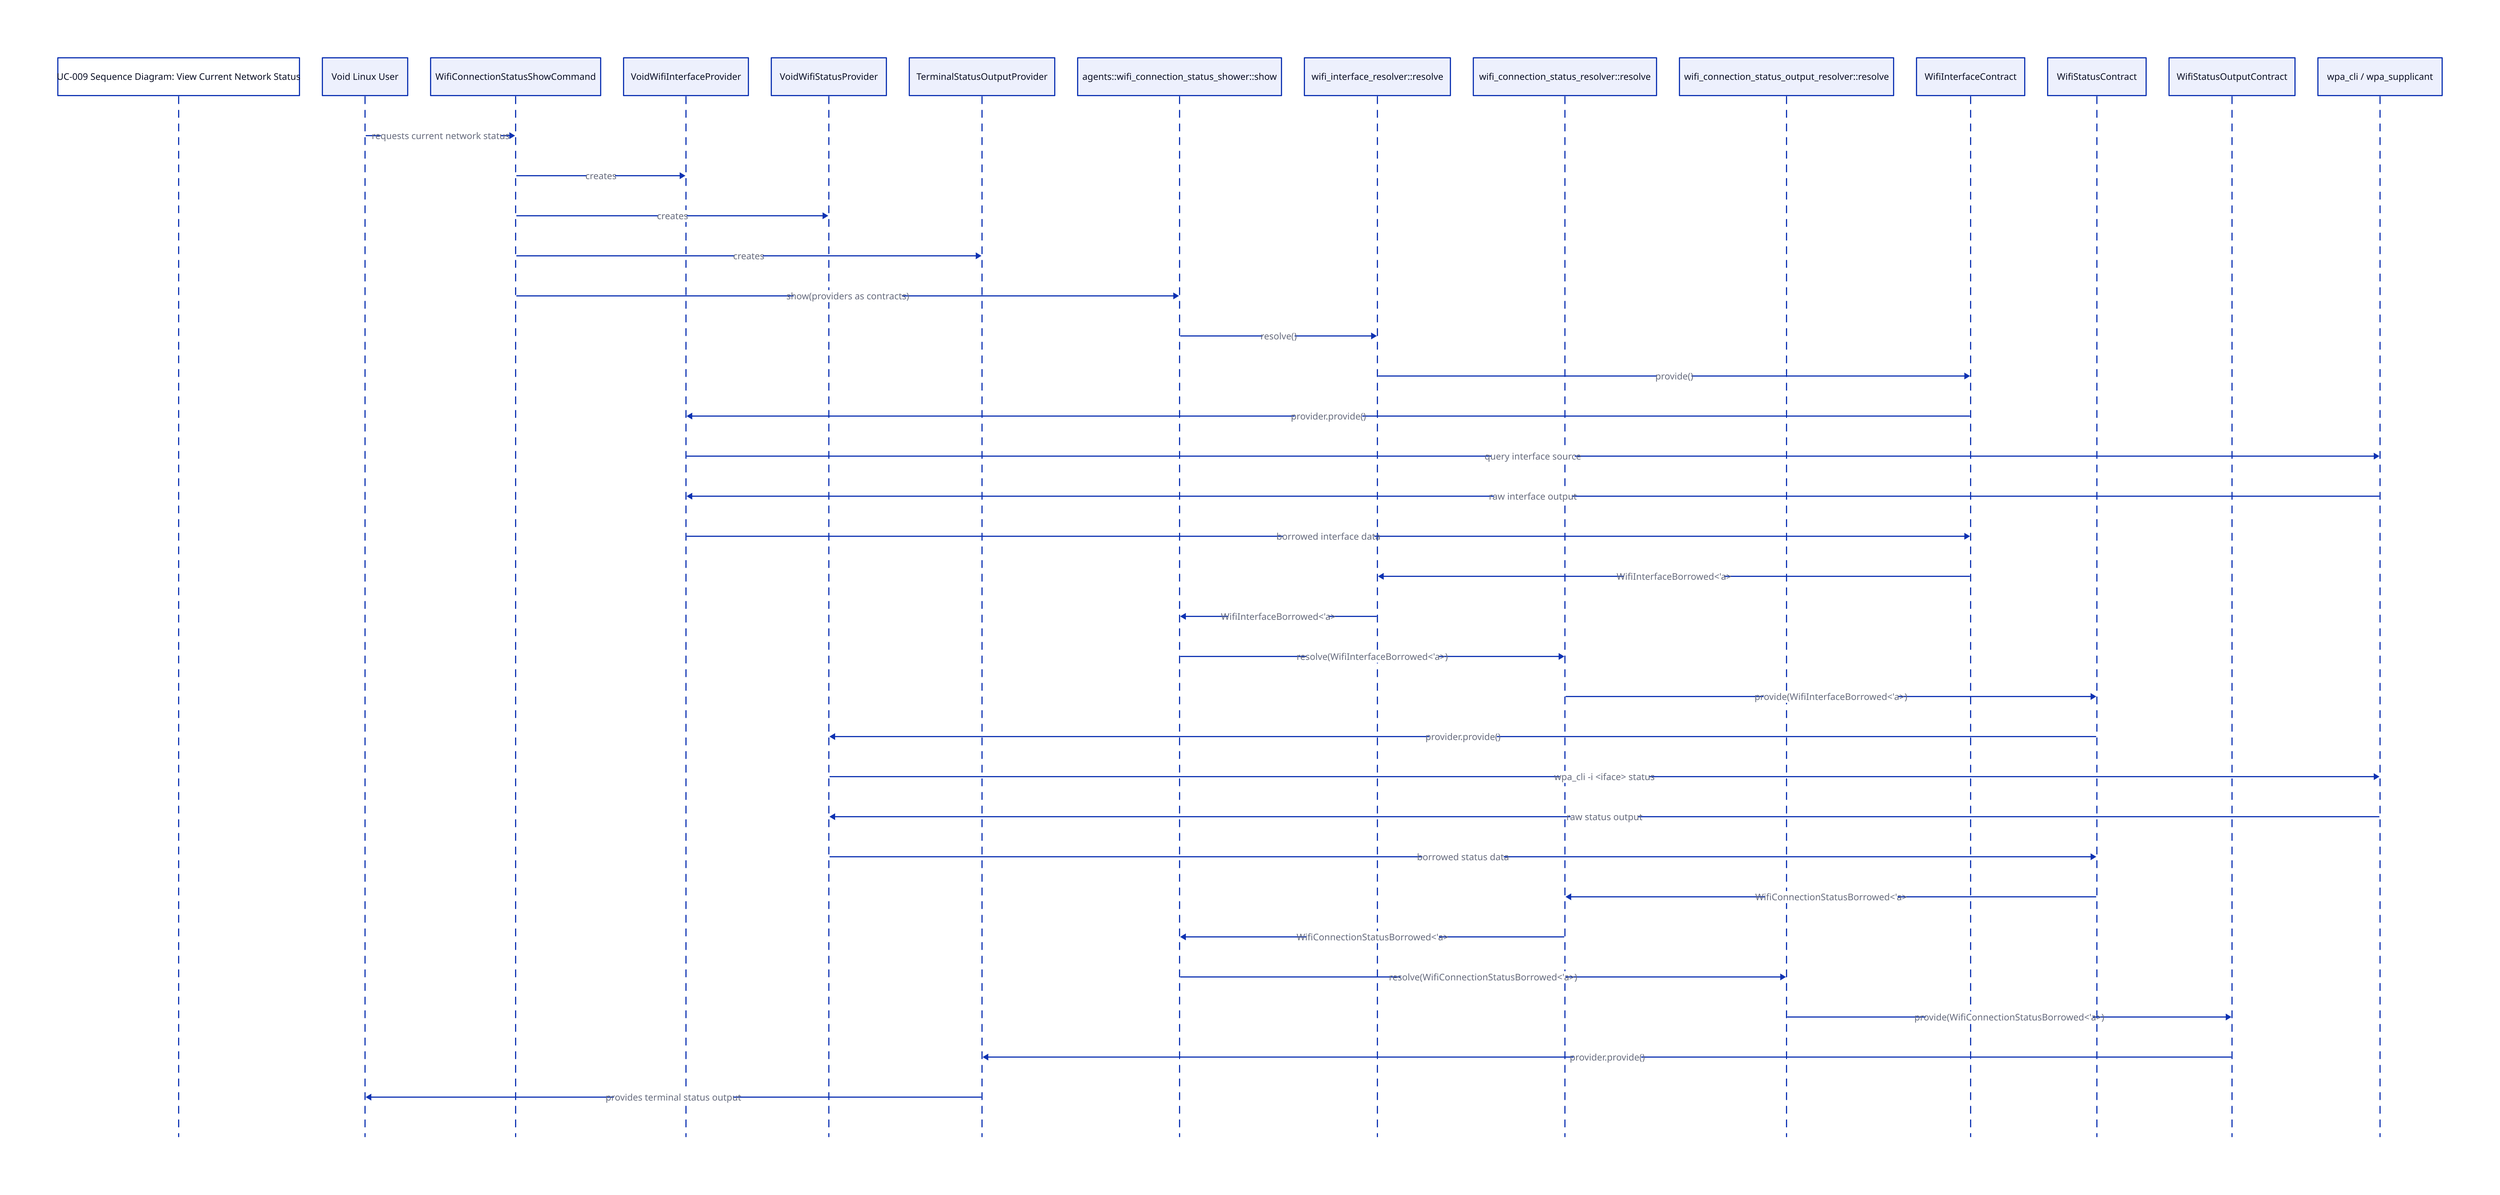
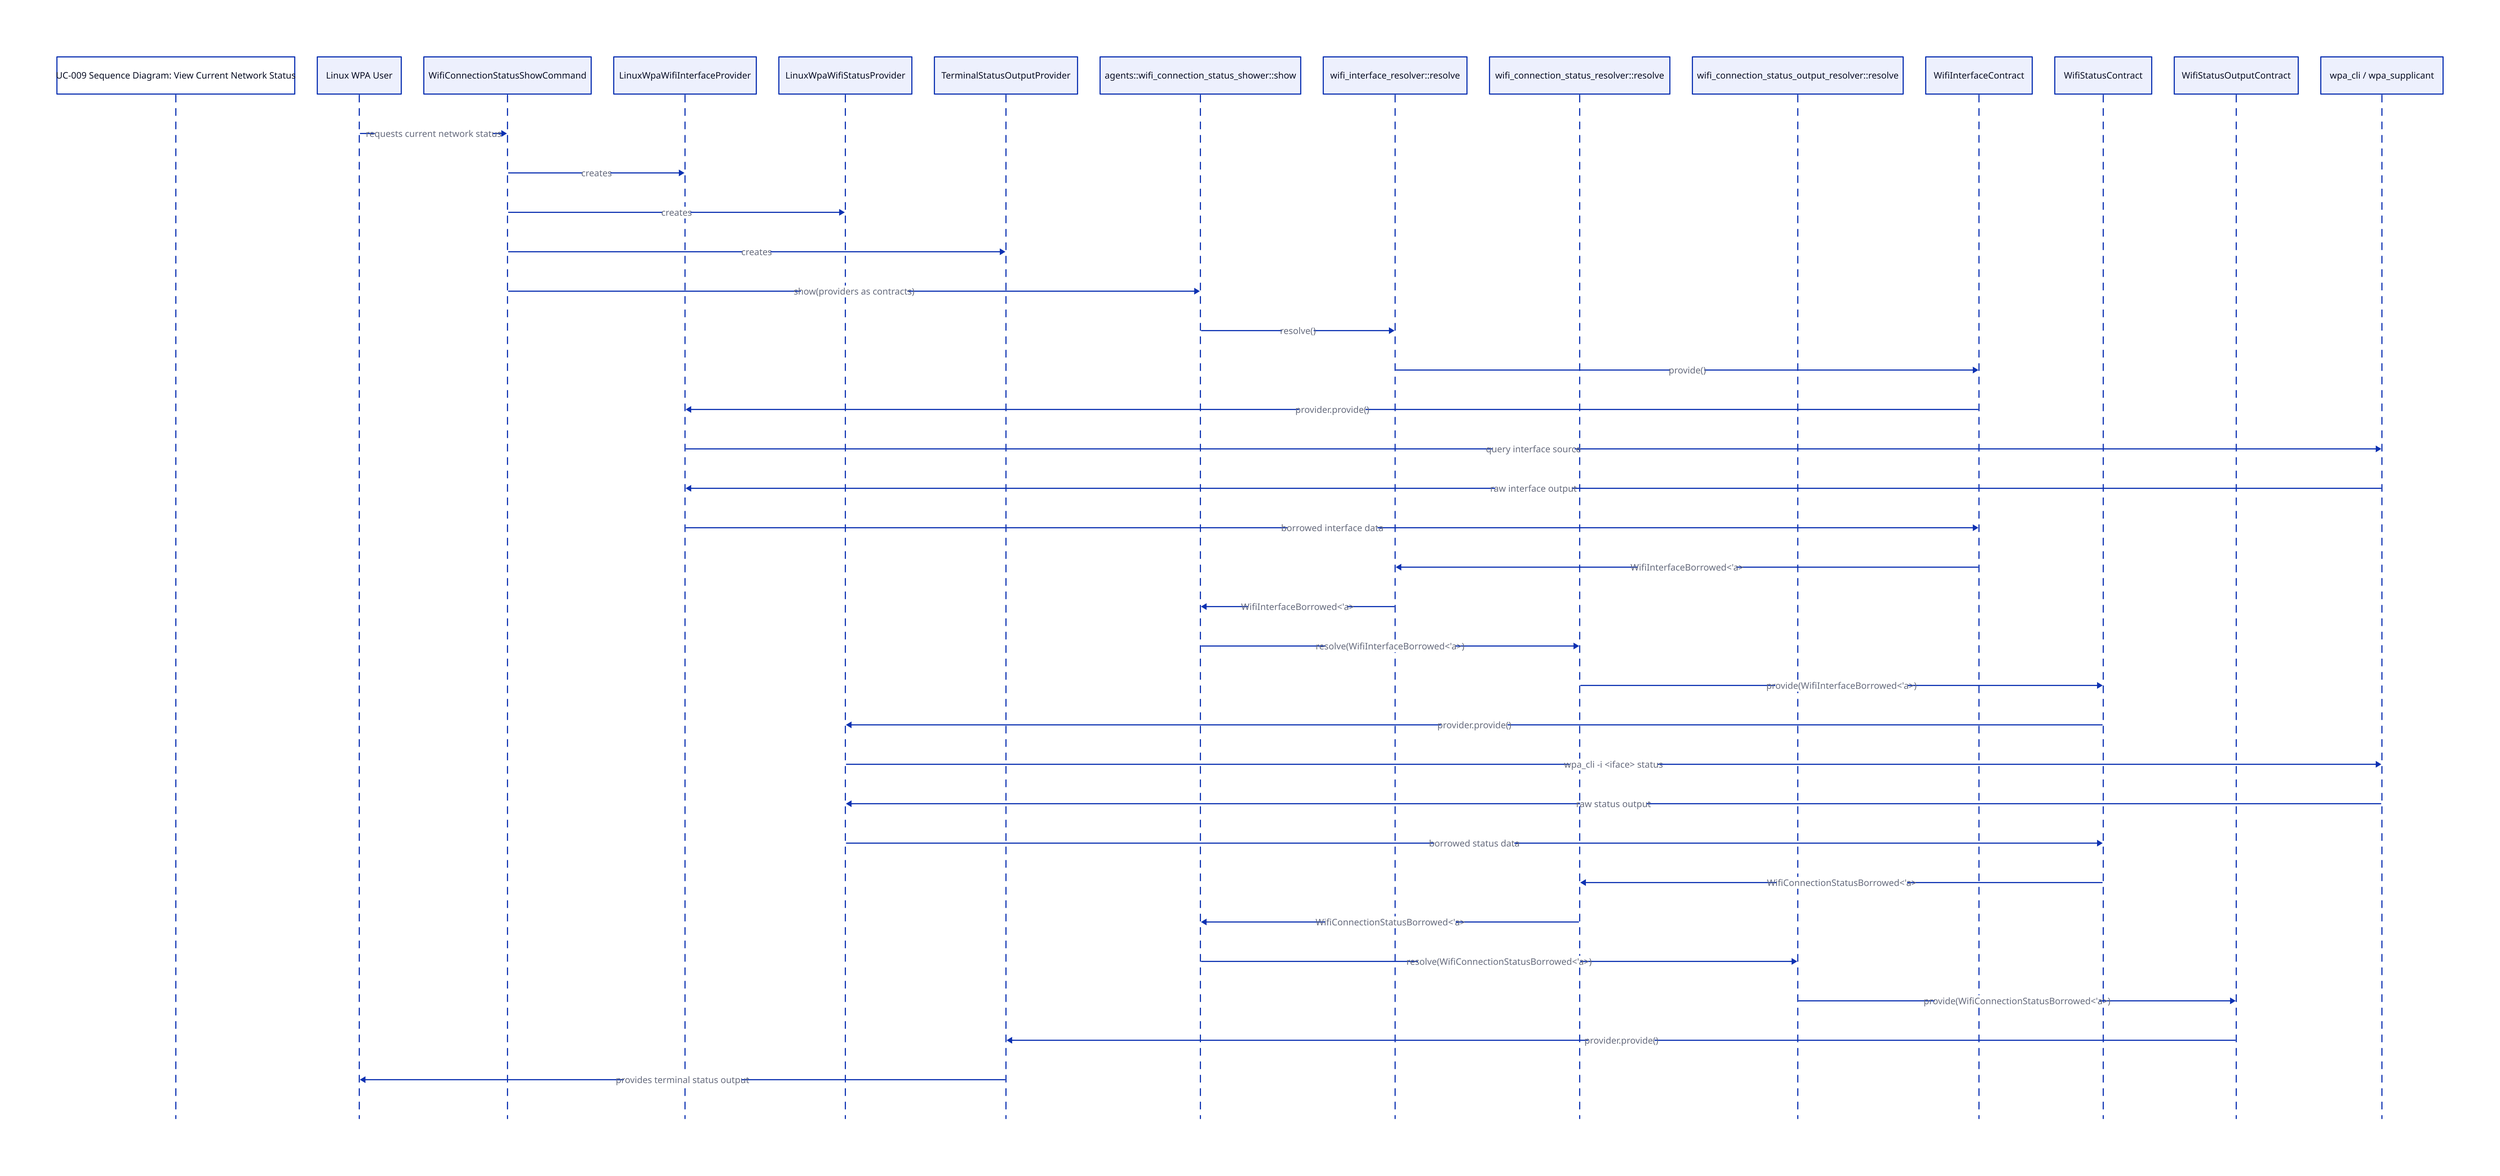
title: "UC-009 Sequence Diagram: View Current Network Status"
shape: sequence_diagram

- user: "Void Linux User"
+ user: "Linux WPA User"
command: "WifiConnectionStatusShowCommand"
- interface_provider: "VoidWifiInterfaceProvider"
- status_provider: "VoidWifiStatusProvider"
+ interface_provider: "LinuxWpaWifiInterfaceProvider"
+ status_provider: "LinuxWpaWifiStatusProvider"
output_provider: "TerminalStatusOutputProvider"
agent_subject: "agents::wifi_connection_status_shower::show"
interface_resolver: "wifi_interface_resolver::resolve"
status_resolver: "wifi_connection_status_resolver::resolve"
output_resolver: "wifi_connection_status_output_resolver::resolve"
interface_contract: "WifiInterfaceContract"
status_contract: "WifiStatusContract"
output_contract: "WifiStatusOutputContract"
external_wifi: "wpa_cli / wpa_supplicant"

user -> command: "requests current network status"

command -> interface_provider: "creates"
command -> status_provider: "creates"
command -> output_provider: "creates"
command -> agent_subject: "show(providers as contracts)"

agent_subject -> interface_resolver: "resolve()"
interface_resolver -> interface_contract: "provide()"
interface_contract -> interface_provider: "provider.provide()"
interface_provider -> external_wifi: "query interface source"
external_wifi -> interface_provider: "raw interface output"
interface_provider -> interface_contract: "borrowed interface data"
interface_contract -> interface_resolver: "WifiInterfaceBorrowed<'a>"
interface_resolver -> agent_subject: "WifiInterfaceBorrowed<'a>"

agent_subject -> status_resolver: "resolve(WifiInterfaceBorrowed<'a>)"
status_resolver -> status_contract: "provide(WifiInterfaceBorrowed<'a>)"
status_contract -> status_provider: "provider.provide()"
status_provider -> external_wifi: "wpa_cli -i <iface> status"
external_wifi -> status_provider: "raw status output"
status_provider -> status_contract: "borrowed status data"
status_contract -> status_resolver: "WifiConnectionStatusBorrowed<'a>"
status_resolver -> agent_subject: "WifiConnectionStatusBorrowed<'a>"

agent_subject -> output_resolver: "resolve(WifiConnectionStatusBorrowed<'a>)"
output_resolver -> output_contract: "provide(WifiConnectionStatusBorrowed<'a>)"
output_contract -> output_provider: "provider.provide()"
output_provider -> user: "provides terminal status output"
